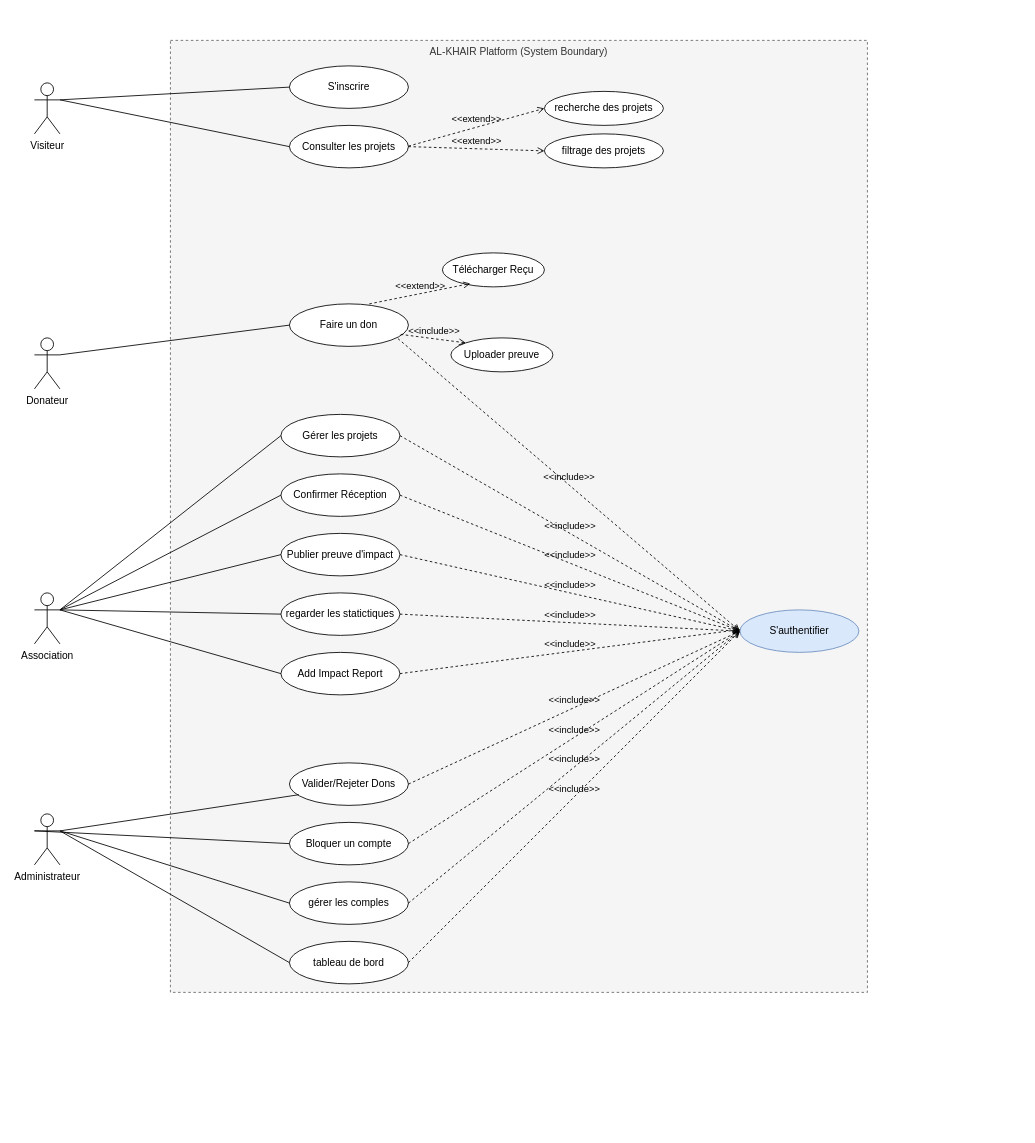
This is diagramme_use_case.drawio from khadijaabirat/fil-rouge, a draw.io file, before an edit. Source tidied: cells renumbered, new cells numbered last; positions are measured from the earlier drawing's top-left corner, leaving out a move shared by most shapes. Both pictures are drawn from the tidied source at 85%, with x=0, y=0 at pixel (34, 40).
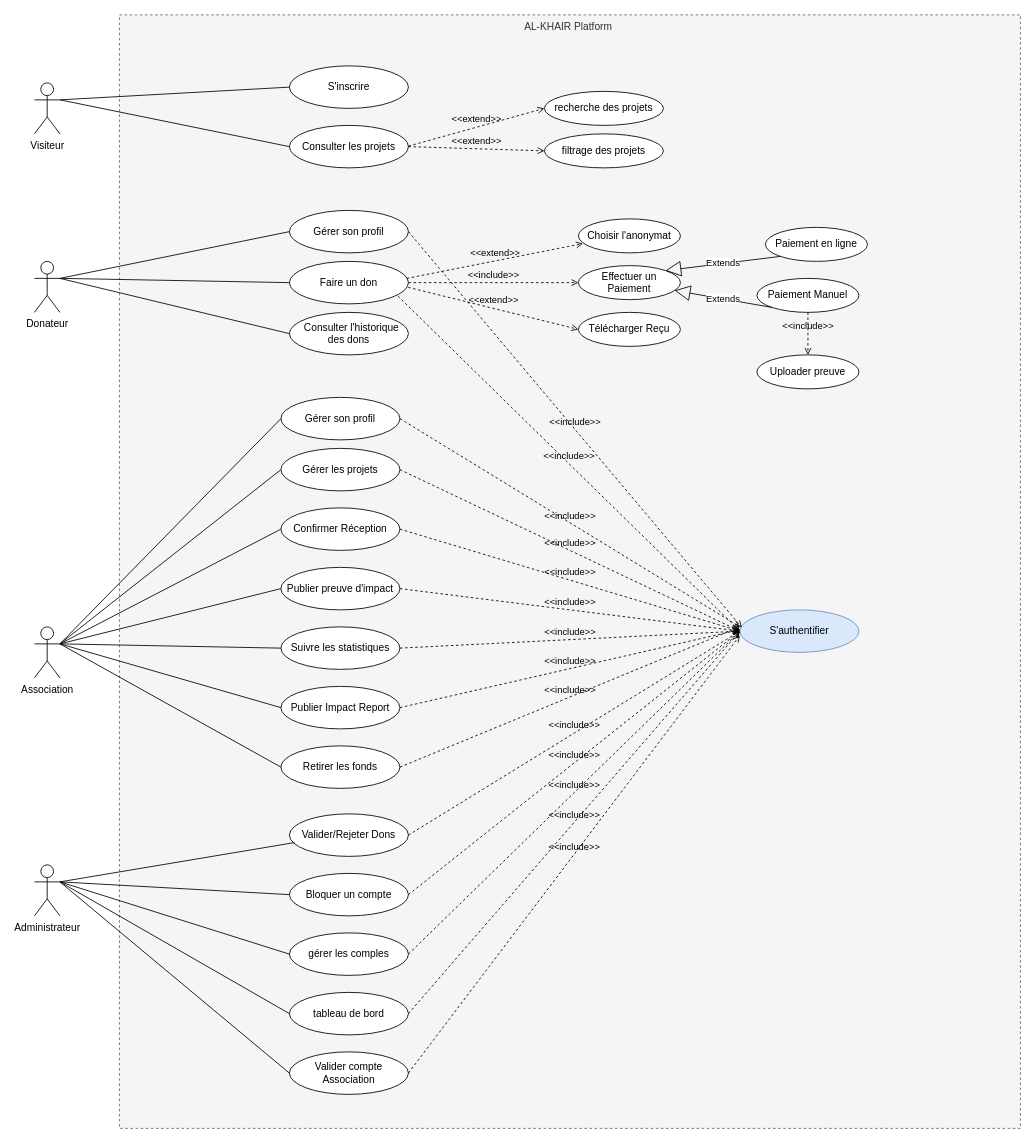
The same diagram, later.

Commit message (it also covers changes not shown here):
use_case

The change refers to these unchanged cells:
```xml
<mxCell id="9" value="S'authentifier" style="ellipse;whiteSpace=wrap;html=1;fillColor=#dae8fc;strokeColor=#6c8ebf;" parent="1" vertex="1">
  <mxGeometry x="830" y="670" width="140" height="50" as="geometry" />
</mxCell>
```

Diff of the diagram source:
```diff
@@
-    <mxCell id="2" value="AL-KHAIR Platform (System Boundary)" style="shape=rectangle;whiteSpace=wrap;html=1;verticalAlign=top;fillColor=#f5f5f5;fontColor=#333333;strokeColor=#666666;dashed=1;" parent="1" vertex="1">
-      <mxGeometry x="160" width="820" height="1120" as="geometry" />
+    <mxCell id="2" value="AL-KHAIR Platform&amp;nbsp;" style="shape=rectangle;whiteSpace=wrap;html=1;verticalAlign=top;fillColor=#f5f5f5;fontColor=#333333;strokeColor=#666666;dashed=1;" parent="1" vertex="1">
+      <mxGeometry x="100" y="-30" width="1060" height="1310" as="geometry" />
     </mxCell>
@@
     <mxCell id="4" value="Donateur" style="shape=umlActor;verticalLabelPosition=bottom;verticalAlign=top;html=1;outlineColor=#000000;" parent="1" vertex="1">
-      <mxGeometry y="350" width="30" height="60" as="geometry" />
+      <mxGeometry y="260" width="30" height="60" as="geometry" />
     </mxCell>
     <mxCell id="5" value="Association" style="shape=umlActor;verticalLabelPosition=bottom;verticalAlign=top;html=1;outlineColor=#000000;" parent="1" vertex="1">
-      <mxGeometry y="650" width="30" height="60" as="geometry" />
+      <mxGeometry y="690" width="30" height="60" as="geometry" />
     </mxCell>
     <mxCell id="6" value="Administrateur" style="shape=umlActor;verticalLabelPosition=bottom;verticalAlign=top;html=1;outlineColor=#000000;" parent="1" vertex="1">
-      <mxGeometry y="910" width="30" height="60" as="geometry" />
+      <mxGeometry y="970" width="30" height="60" as="geometry" />
     </mxCell>
@@
     <mxCell id="10" value="Faire un don" style="ellipse;whiteSpace=wrap;html=1;" parent="1" vertex="1">
-      <mxGeometry x="300" y="310" width="140" height="50" as="geometry" />
+      <mxGeometry x="300" y="260" width="140" height="50" as="geometry" />
     </mxCell>
-    <mxCell id="11" value="Uploader preuve" style="ellipse;whiteSpace=wrap;html=1;" parent="1" vertex="1">
-      <mxGeometry x="490" y="350" width="120" height="40" as="geometry" />
+    <mxCell id="11" value="Effectuer un Paiement" style="ellipse;whiteSpace=wrap;html=1;" parent="1" vertex="1">
+      <mxGeometry x="640" y="265" width="120" height="40" as="geometry" />
     </mxCell>
     <mxCell id="12" value="Télécharger Reçu" style="ellipse;whiteSpace=wrap;html=1;" parent="1" vertex="1">
-      <mxGeometry x="480" y="250" width="120" height="40" as="geometry" />
+      <mxGeometry x="640" y="320" width="120" height="40" as="geometry" />
     </mxCell>
     <mxCell id="13" value="Gérer les projets" style="ellipse;whiteSpace=wrap;html=1;" parent="1" vertex="1">
-      <mxGeometry x="290" y="440" width="140" height="50" as="geometry" />
+      <mxGeometry x="290" y="480" width="140" height="50" as="geometry" />
     </mxCell>
     <mxCell id="14" value="Confirmer Réception" style="ellipse;whiteSpace=wrap;html=1;" parent="1" vertex="1">
-      <mxGeometry x="290" y="510" width="140" height="50" as="geometry" />
+      <mxGeometry x="290" y="550" width="140" height="50" as="geometry" />
     </mxCell>
     <mxCell id="15" value="Publier preuve d'impact" style="ellipse;whiteSpace=wrap;html=1;" parent="1" vertex="1">
-      <mxGeometry x="290" y="580" width="140" height="50" as="geometry" />
+      <mxGeometry x="290" y="620" width="140" height="50" as="geometry" />
     </mxCell>
     <mxCell id="16" value="Valider/Rejeter Dons" style="ellipse;whiteSpace=wrap;html=1;" parent="1" vertex="1">
-      <mxGeometry x="300" y="850" width="140" height="50" as="geometry" />
+      <mxGeometry x="300" y="910" width="140" height="50" as="geometry" />
     </mxCell>
     <mxCell id="17" value="Bloquer un compte" style="ellipse;whiteSpace=wrap;html=1;" parent="1" vertex="1">
-      <mxGeometry x="300" y="920" width="140" height="50" as="geometry" />
+      <mxGeometry x="300" y="980" width="140" height="50" as="geometry" />
     </mxCell>
@@
-    <mxCell id="23" style="endArrow=none;html=1;entryX=0.08;entryY=0.749;rounded=0;entryDx=0;entryDy=0;entryPerimeter=0;" parent="1" edge="1" target="16">
+    <mxCell id="23" style="endArrow=none;html=1;entryX=0.043;entryY=0.676;rounded=0;entryDx=0;entryDy=0;entryPerimeter=0;" parent="1" edge="1" target="16">
       <mxGeometry relative="1" as="geometry">
-        <mxPoint x="30" y="930" as="sourcePoint" />
+        <mxPoint x="30" y="990" as="sourcePoint" />
       </mxGeometry>
     </mxCell>
-    <mxCell id="24" style="endArrow=none;html=1;exitX=0;exitY=0.333;entryX=0;entryY=0.5;rounded=0;entryDx=0;entryDy=0;" parent="1" edge="1" source="6" target="17">
-      <mxGeometry relative="1" as="geometry" />
+    <mxCell id="24" style="endArrow=none;html=1;entryX=0;entryY=0.5;rounded=0;entryDx=0;entryDy=0;" parent="1" edge="1" target="17">
+      <mxGeometry relative="1" as="geometry">
+        <mxPoint x="30" y="990" as="sourcePoint" />
+      </mxGeometry>
     </mxCell>
@@
-    <mxCell id="29" value="&amp;lt;&amp;lt;include&amp;gt;&amp;gt;" style="html=1;verticalAlign=bottom;labelBackgroundColor=none;endArrow=open;endFill=0;dashed=1;rounded=0;exitX=0.935;exitY=0.718;exitDx=0;exitDy=0;entryX=0;entryY=0;entryDx=0;entryDy=0;exitPerimeter=0;" parent="1" edge="1" source="10" target="11">
-      <mxGeometry relative="1" as="geometry" />
-    </mxCell>
-    <mxCell id="30" value="&amp;lt;&amp;lt;extend&amp;gt;&amp;gt;" style="html=1;verticalAlign=bottom;labelBackgroundColor=none;endArrow=open;endFill=0;dashed=1;rounded=0;entryX=0.273;entryY=0.903;entryDx=0;entryDy=0;exitX=1;exitY=0.5;exitDx=0;exitDy=0;entryPerimeter=0;" parent="1" edge="1" target="12">
-      <mxGeometry relative="1" as="geometry">
-        <mxPoint x="394" y="310" as="sourcePoint" />
-      </mxGeometry>
+    <mxCell id="30" value="&amp;lt;&amp;lt;extend&amp;gt;&amp;gt;" style="html=1;verticalAlign=bottom;labelBackgroundColor=none;endArrow=open;endFill=0;dashed=1;rounded=0;entryX=0;entryY=0.5;entryDx=0;entryDy=0;exitX=0.998;exitY=0.611;exitDx=0;exitDy=0;exitPerimeter=0;" parent="1" edge="1" source="10" target="12">
+      <mxGeometry relative="1" as="geometry" />
     </mxCell>
@@
-    <mxCell id="32" value="regarder les statictiques" style="ellipse;whiteSpace=wrap;html=1;" parent="1" vertex="1">
-      <mxGeometry x="290" y="650" width="140" height="50" as="geometry" />
+    <mxCell id="32" value="Suivre les statistiques " style="ellipse;whiteSpace=wrap;html=1;" parent="1" vertex="1">
+      <mxGeometry x="290" y="690" width="140" height="50" as="geometry" />
     </mxCell>
@@
     <mxCell id="34" value="gérer les comples" style="ellipse;whiteSpace=wrap;html=1;" parent="1" vertex="1">
-      <mxGeometry x="300" y="990" width="140" height="50" as="geometry" />
+      <mxGeometry x="300" y="1050" width="140" height="50" as="geometry" />
     </mxCell>
     <mxCell id="35" style="endArrow=none;html=1;entryX=0;entryY=0.5;rounded=0;entryDx=0;entryDy=0;" parent="1" edge="1" target="34">
       <mxGeometry relative="1" as="geometry">
-        <mxPoint x="30" y="930" as="sourcePoint" />
+        <mxPoint x="30" y="990" as="sourcePoint" />
       </mxGeometry>
     </mxCell>
     <mxCell id="36" value="tableau de bord" style="ellipse;whiteSpace=wrap;html=1;" parent="1" vertex="1">
-      <mxGeometry x="300" y="1060" width="140" height="50" as="geometry" />
+      <mxGeometry x="300" y="1120" width="140" height="50" as="geometry" />
     </mxCell>
     <mxCell id="37" style="endArrow=none;html=1;entryX=0;entryY=0.5;rounded=0;entryDx=0;entryDy=0;" parent="1" edge="1" target="36">
       <mxGeometry relative="1" as="geometry">
-        <mxPoint x="30" y="930" as="sourcePoint" />
+        <mxPoint x="30" y="990" as="sourcePoint" />
       </mxGeometry>
     </mxCell>
@@
-    <mxCell id="47" value="Add Impact Report" style="ellipse;whiteSpace=wrap;html=1;" parent="1" vertex="1">
-      <mxGeometry x="290" y="720" width="140" height="50" as="geometry" />
+    <mxCell id="47" value="Publier Impact Report" style="ellipse;whiteSpace=wrap;html=1;" parent="1" vertex="1">
+      <mxGeometry x="290" y="760" width="140" height="50" as="geometry" />
     </mxCell>
@@
+    <mxCell id="50" value="Gérer son profil" style="ellipse;whiteSpace=wrap;html=1;" parent="1" vertex="1">
+      <mxGeometry x="300" y="200" width="140" height="50" as="geometry" />
+    </mxCell>
+    <mxCell id="51" value="&amp;nbsp; Consulter l'historique des dons" style="ellipse;whiteSpace=wrap;html=1;" parent="1" vertex="1">
+      <mxGeometry x="300" y="320" width="140" height="50" as="geometry" />
+    </mxCell>
+    <mxCell id="52" style="endArrow=none;html=1;exitX=1;exitY=0.3333333333333333;entryX=0;entryY=0.5;rounded=0;exitDx=0;exitDy=0;exitPerimeter=0;entryDx=0;entryDy=0;" parent="1" edge="1" source="4" target="51">
+      <mxGeometry relative="1" as="geometry" />
+    </mxCell>
+    <mxCell id="53" style="endArrow=none;html=1;exitX=1;exitY=0.3333333333333333;entryX=0;entryY=0.5;rounded=0;exitDx=0;exitDy=0;exitPerimeter=0;entryDx=0;entryDy=0;" parent="1" edge="1" source="4" target="50">
+      <mxGeometry relative="1" as="geometry" />
+    </mxCell>
+    <mxCell id="54" value="&amp;lt;&amp;lt;include&amp;gt;&amp;gt;" style="html=1;verticalAlign=bottom;labelBackgroundColor=none;endArrow=open;endFill=0;dashed=1;rounded=0;exitX=1;exitY=0.5;exitDx=0;exitDy=0;entryX=0.016;entryY=0.414;entryDx=0;entryDy=0;entryPerimeter=0;" parent="1" edge="1" source="50" target="9">
+      <mxGeometry relative="1" as="geometry" />
+    </mxCell>
+    <mxCell id="55" value="Retirer les fonds" style="ellipse;whiteSpace=wrap;html=1;" parent="1" vertex="1">
+      <mxGeometry x="290" y="830" width="140" height="50" as="geometry" />
+    </mxCell>
+    <mxCell id="56" style="endArrow=none;html=1;exitX=1;exitY=0.3333333333333333;entryX=0;entryY=0.5;rounded=0;exitDx=0;exitDy=0;exitPerimeter=0;entryDx=0;entryDy=0;" parent="1" edge="1" source="5" target="55">
+      <mxGeometry relative="1" as="geometry" />
+    </mxCell>
+    <mxCell id="57" value="&amp;lt;&amp;lt;include&amp;gt;&amp;gt;" style="html=1;verticalAlign=bottom;labelBackgroundColor=none;endArrow=open;endFill=0;dashed=1;rounded=0;exitX=1;exitY=0.5;exitDx=0;exitDy=0;" parent="1" edge="1" source="55">
+      <mxGeometry relative="1" as="geometry">
+        <mxPoint x="830" y="690" as="targetPoint" />
+      </mxGeometry>
+    </mxCell>
+    <mxCell id="58" value="Choisir l'anonymat" style="ellipse;whiteSpace=wrap;html=1;" parent="1" vertex="1">
+      <mxGeometry x="640" y="210" width="120" height="40" as="geometry" />
+    </mxCell>
+    <mxCell id="59" value="&amp;lt;&amp;lt;extend&amp;gt;&amp;gt;" style="html=1;verticalAlign=bottom;labelBackgroundColor=none;endArrow=open;endFill=0;dashed=1;rounded=0;entryX=0.044;entryY=0.727;entryDx=0;entryDy=0;entryPerimeter=0;" parent="1" edge="1" target="58">
+      <mxGeometry relative="1" as="geometry">
+        <mxPoint x="438" y="280" as="sourcePoint" />
+      </mxGeometry>
+    </mxCell>
+    <mxCell id="60" value="Valider compte Association" style="ellipse;whiteSpace=wrap;html=1;" parent="1" vertex="1">
+      <mxGeometry x="300" y="1190" width="140" height="50" as="geometry" />
+    </mxCell>
+    <mxCell id="61" style="endArrow=none;html=1;entryX=0;entryY=0.5;rounded=0;entryDx=0;entryDy=0;" parent="1" edge="1" target="60">
+      <mxGeometry relative="1" as="geometry">
+        <mxPoint x="30" y="990" as="sourcePoint" />
+      </mxGeometry>
+    </mxCell>
+    <mxCell id="62" value="&amp;lt;&amp;lt;include&amp;gt;&amp;gt;" style="html=1;verticalAlign=bottom;labelBackgroundColor=none;endArrow=open;endFill=0;dashed=1;rounded=0;exitX=1;exitY=0.5;exitDx=0;exitDy=0;" parent="1" edge="1" source="60">
+      <mxGeometry relative="1" as="geometry">
+        <mxPoint x="830" y="700" as="targetPoint" />
+      </mxGeometry>
+    </mxCell>
+    <mxCell id="63" value="Gérer son profil" style="ellipse;whiteSpace=wrap;html=1;" parent="1" vertex="1">
+      <mxGeometry x="290" y="420" width="140" height="50" as="geometry" />
+    </mxCell>
+    <mxCell id="64" style="endArrow=none;html=1;entryX=0;entryY=0.5;rounded=0;entryDx=0;entryDy=0;" parent="1" edge="1" target="63">
+      <mxGeometry relative="1" as="geometry">
+        <mxPoint x="30" y="710" as="sourcePoint" />
+      </mxGeometry>
+    </mxCell>
+    <mxCell id="65" value="&amp;lt;&amp;lt;include&amp;gt;&amp;gt;" style="html=1;verticalAlign=bottom;labelBackgroundColor=none;endArrow=open;endFill=0;dashed=1;rounded=0;exitX=1;exitY=0.5;exitDx=0;exitDy=0;" parent="1" edge="1" source="63">
+      <mxGeometry relative="1" as="geometry">
+        <mxPoint x="830" y="690" as="targetPoint" />
+      </mxGeometry>
+    </mxCell>
+    <mxCell id="29" value="&amp;lt;&amp;lt;include&amp;gt;&amp;gt;" style="html=1;verticalAlign=bottom;labelBackgroundColor=none;endArrow=open;endFill=0;dashed=1;rounded=0;exitX=1;exitY=0.5;exitDx=0;exitDy=0;entryX=0;entryY=0.5;entryDx=0;entryDy=0;" parent="1" edge="1" source="10" target="11">
+      <mxGeometry relative="1" as="geometry" />
+    </mxCell>
+    <mxCell id="66" value="Paiement en ligne" style="ellipse;whiteSpace=wrap;html=1;" parent="1" vertex="1">
+      <mxGeometry x="860" y="220" width="120" height="40" as="geometry" />
+    </mxCell>
+    <mxCell id="67" value="Paiement Manuel " style="ellipse;whiteSpace=wrap;html=1;" parent="1" vertex="1">
+      <mxGeometry x="850" y="280" width="120" height="40" as="geometry" />
+    </mxCell>
+    <mxCell id="68" value="Uploader preuve " style="ellipse;whiteSpace=wrap;html=1;" parent="1" vertex="1">
+      <mxGeometry x="850" y="370" width="120" height="40" as="geometry" />
+    </mxCell>
+    <mxCell id="69" value="&amp;lt;&amp;lt;include&amp;gt;&amp;gt;" style="html=1;verticalAlign=bottom;labelBackgroundColor=none;endArrow=open;endFill=0;dashed=1;rounded=0;exitX=0.5;exitY=1;exitDx=0;exitDy=0;entryX=0.5;entryY=0;entryDx=0;entryDy=0;" parent="1" edge="1" source="67" target="68">
+      <mxGeometry relative="1" as="geometry" />
+    </mxCell>
+    <mxCell id="70" value="Extends" style="endArrow=block;endSize=16;endFill=0;html=1;rounded=0;exitX=0;exitY=1;exitDx=0;exitDy=0;" parent="1" edge="1" source="67" target="11">
+      <mxGeometry relative="1" as="geometry" />
+    </mxCell>
+    <mxCell id="71" value="Extends" style="endArrow=block;endSize=16;endFill=0;html=1;rounded=0;exitX=0;exitY=1;exitDx=0;exitDy=0;entryX=1;entryY=0;entryDx=0;entryDy=0;" parent="1" edge="1" source="66" target="11">
+      <mxGeometry relative="1" as="geometry" />
+    </mxCell>
```
